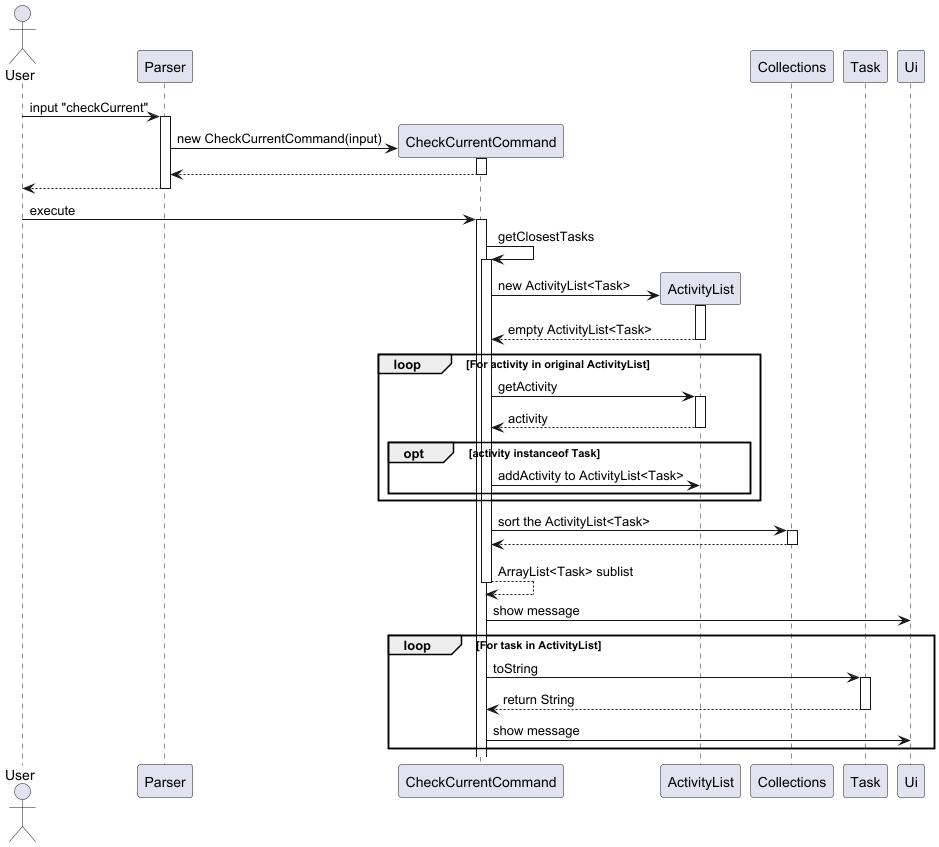
Before: docs/images/checkCurrent_sequence.png, a diagram exported from PlantUML (Kennahh/tp).
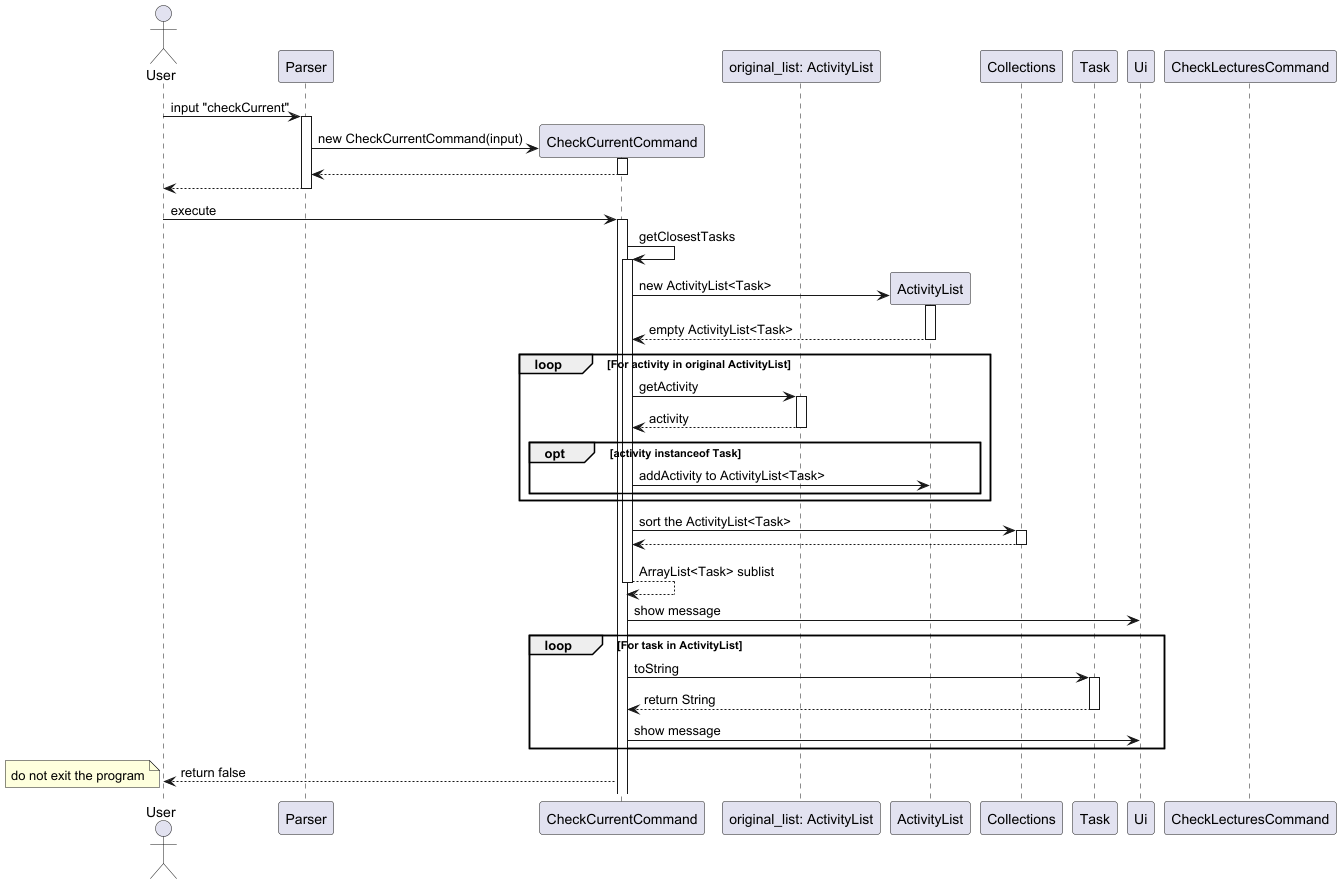
Later version of the same file.

Commit message:
update sequence diagram of checkcurrent

What changed in the source:
```diff
@@ -2,6 +2,7 @@
 Actor User
 participant Parser
 participant CheckCurrentCommand
+participant "original_list: ActivityList" as original_list
 participant ActivityList
 participant Collections
 participant Task
@@ -27,10 +28,10 @@
 ActivityList --> CheckCurrentCommand: empty ActivityList<Task>
 deactivate ActivityList
 loop For activity in original ActivityList
-    CheckCurrentCommand -> ActivityList: getActivity
-    activate ActivityList
-    ActivityList --> CheckCurrentCommand: activity
-    deactivate ActivityList
+    CheckCurrentCommand -> original_list: getActivity
+    activate original_list
+    original_list --> CheckCurrentCommand: activity
+    deactivate original_list
     opt activity instanceof Task
         CheckCurrentCommand -> ActivityList: addActivity to ActivityList<Task>
     end
@@ -51,4 +52,8 @@
     CheckCurrentCommand -> Ui: show message
 end
 
+CheckCurrentCommand --> User: return false
+note left: do not exit the program
+deactivate CheckLecturesCommand
+
 @enduml
```
